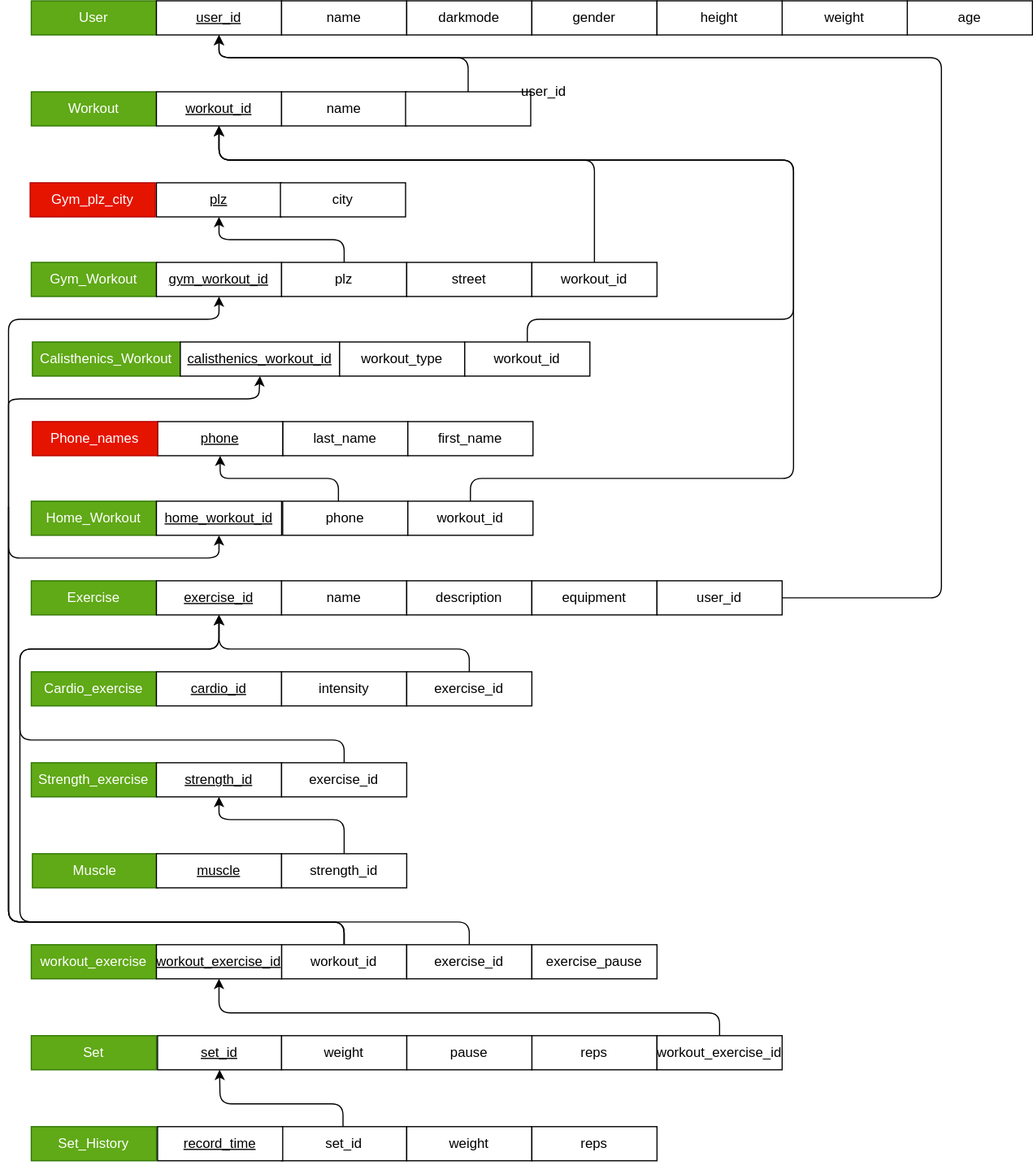
This is 4NF-DataBase-RelationasSchema.drawio.svg from Johannes0220/DatabaseProject, a draw.io export, as it was before one commit. Source tidied: cells renumbered, new cells last; positions are measured from the earlier drawing's top-left corner, leaving out a move shared by most shapes.
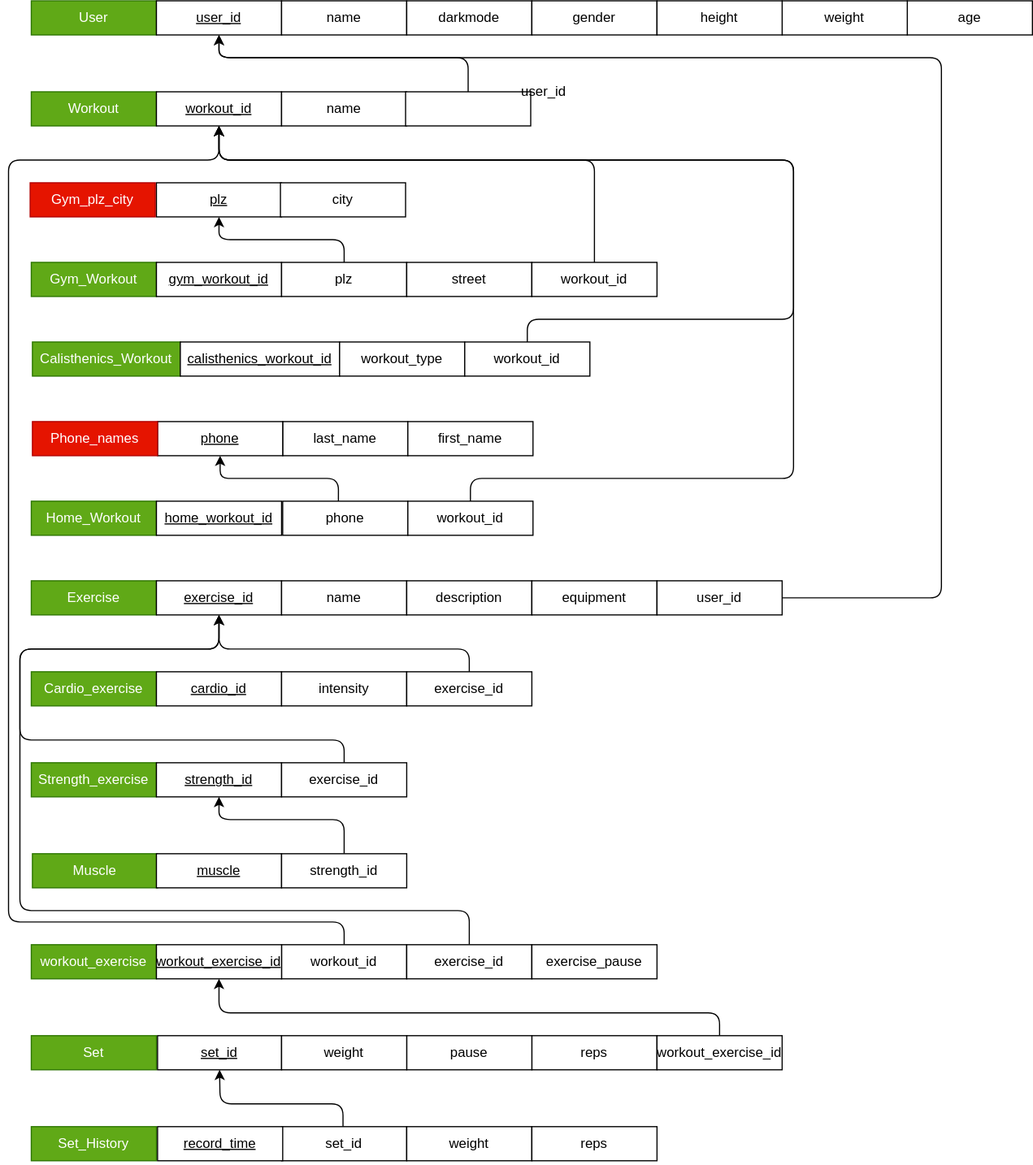
The same file after the commit.

Commit message:
Fix wrong foreign key arrows + formatting

Change to the diagram source:
```diff
@@ -79,37 +79,15 @@
     <mxCell id="22" value="workout_exercise" style="whiteSpace=wrap;html=1;fillColor=#60a917;fontColor=#ffffff;strokeColor=#2D7600;" parent="1" vertex="1">
       <mxGeometry x="20" y="830" width="110" height="30" as="geometry" />
     </mxCell>
-    <mxCell id="23" style="edgeStyle=none;html=1;exitX=0.5;exitY=0;exitDx=0;exitDy=0;entryX=0.5;entryY=1;entryDx=0;entryDy=0;" parent="1" edge="1" source="26" target="49">
-      <mxGeometry relative="1" as="geometry">
-        <Array as="points">
-          <mxPoint x="295" y="810" />
-          <mxPoint y="810" />
-          <mxPoint y="440" />
-          <mxPoint y="490" />
-          <mxPoint x="185" y="490" />
-        </Array>
-      </mxGeometry>
-    </mxCell>
-    <mxCell id="24" style="edgeStyle=none;html=1;exitX=0.5;exitY=0;exitDx=0;exitDy=0;entryX=0.5;entryY=1;entryDx=0;entryDy=0;" parent="1" edge="1" source="26" target="47">
-      <mxGeometry relative="1" as="geometry">
-        <Array as="points">
-          <mxPoint x="295" y="810" />
-          <mxPoint y="810" />
-          <mxPoint y="370" />
-          <mxPoint y="350" />
-          <mxPoint x="220" y="350" />
-        </Array>
-      </mxGeometry>
-    </mxCell>
-    <mxCell id="25" style="edgeStyle=none;html=1;exitX=0.5;exitY=0;exitDx=0;exitDy=0;entryX=0.5;entryY=1;entryDx=0;entryDy=0;" parent="1" edge="1" source="26" target="44">
+    <mxCell id="25" style="edgeStyle=none;html=1;exitX=0.5;exitY=0;exitDx=0;exitDy=0;entryX=0.5;entryY=1;entryDx=0;entryDy=0;" parent="1" edge="1" source="26" target="11">
       <mxGeometry relative="1" as="geometry">
         <Array as="points">
           <mxPoint x="295" y="810" />
           <mxPoint y="810" />
           <mxPoint y="530" />
           <mxPoint y="370" />
-          <mxPoint y="280" />
-          <mxPoint x="185" y="280" />
+          <mxPoint y="140" />
+          <mxPoint x="185" y="140" />
         </Array>
       </mxGeometry>
     </mxCell>
@@ -119,8 +97,8 @@
     <mxCell id="27" style="edgeStyle=none;html=1;exitX=0.5;exitY=0;exitDx=0;exitDy=0;entryX=0.5;entryY=1;entryDx=0;entryDy=0;" parent="1" edge="1" source="28" target="16">
       <mxGeometry relative="1" as="geometry">
         <Array as="points">
-          <mxPoint x="405" y="810" />
-          <mxPoint x="10" y="810" />
+          <mxPoint x="405" y="800" />
+          <mxPoint x="10" y="800" />
           <mxPoint x="10" y="570" />
           <mxPoint x="185" y="570" />
         </Array>
```
